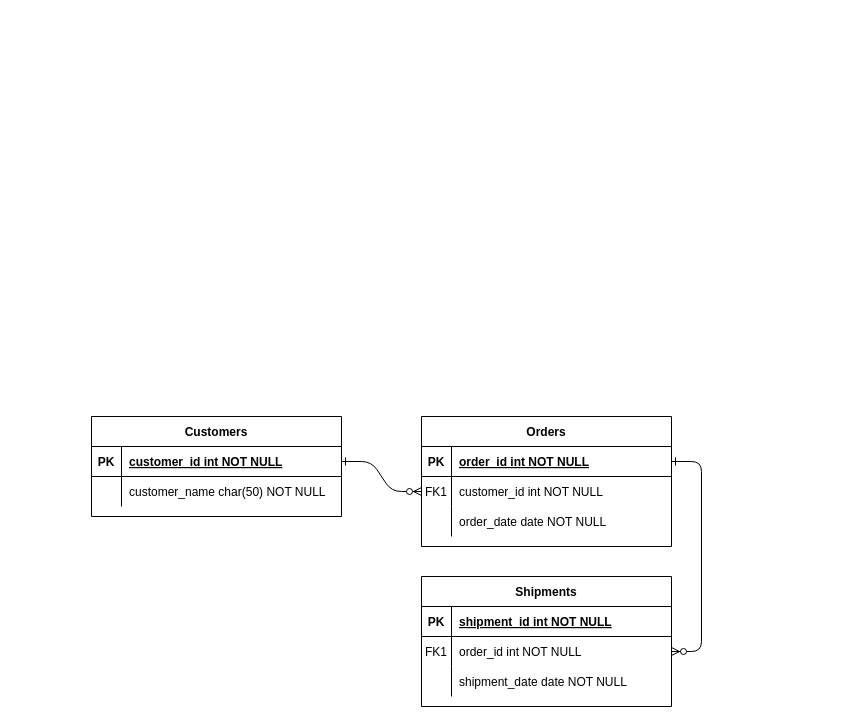
Doton2/spartamarket keeps this draw.io diagram as 제목 없는 다이어그램.drawio. Above is the earlier version. Source tidied: cells renumbered, new cells numbered last; positions are measured from the earlier drawing's top-left corner, leaving out a move shared by most shapes. Both pictures are drawn from the tidied source at 100%, with x=0, y=0 at pixel (91, 416).
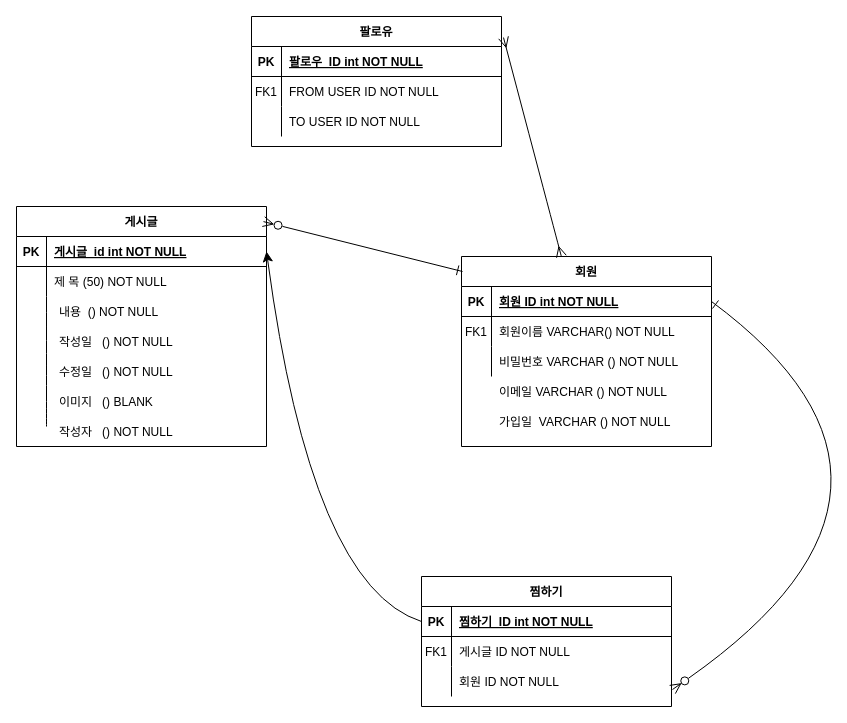
Above is the later version.

Commit message:
ERD SartaMarket

The change refers to these unchanged cells:
```xml
<mxCell id="5" style="shape=partialRectangle;fillColor=none;points=[[0,0.5],[1,0.5]];portConstraint=eastwest;top=0;left=0;right=0;bottom=1;" parent="4" vertex="1">
  <mxGeometry y="30" width="250" height="30" as="geometry" />
</mxCell>
<mxCell id="8" style="shape=partialRectangle;fillColor=none;points=[[0,0.5],[1,0.5]];portConstraint=eastwest;top=0;left=0;right=0;bottom=0;" parent="4" vertex="1">
  <mxGeometry y="60" width="250" height="30" as="geometry" />
</mxCell>
<mxCell id="11" style="shape=partialRectangle;fillColor=none;top=0;left=0;right=0;bottom=0;" parent="4" vertex="1">
  <mxGeometry y="90" width="250" height="30" as="geometry" />
</mxCell>
<mxCell id="25" style="shape=partialRectangle;fillColor=none;points=[[0,0.5],[1,0.5]];portConstraint=eastwest;top=0;left=0;right=0;bottom=1;" parent="24" vertex="1">
  <mxGeometry y="30" width="250" height="30" as="geometry" />
</mxCell>
<mxCell id="28" style="shape=partialRectangle;fillColor=none;top=0;left=0;right=0;bottom=0;" parent="24" vertex="1">
  <mxGeometry y="60" width="250" height="30" as="geometry" />
</mxCell>
```

The edit, as a diff of the source:
```diff
@@
-    <mxCell id="2" style="edgeStyle=entityRelationEdgeStyle;endArrow=ERzeroToMany;startArrow=ERone;endFill=1;startFill=0;" parent="1" edge="1" source="25" target="8">
-      <mxGeometry relative="1" as="geometry" />
-    </mxCell>
-    <mxCell id="3" style="edgeStyle=entityRelationEdgeStyle;endArrow=ERzeroToMany;startArrow=ERone;endFill=1;startFill=0;" parent="1" edge="1" source="5" target="18">
-      <mxGeometry relative="1" as="geometry" />
-    </mxCell>
+    <mxCell id="14" value="찜하기" style="shape=table;startSize=30;childLayout=tableLayout;rowLines=0;fontStyle=1;align=center;" parent="1" vertex="1">
+      <mxGeometry x="330" y="160" width="250" height="130" as="geometry" />
+    </mxCell>
+    <mxCell id="15" style="shape=partialRectangle;fillColor=none;points=[[0,0.5],[1,0.5]];portConstraint=eastwest;top=0;left=0;right=0;bottom=1;" parent="14" vertex="1">
+      <mxGeometry y="30" width="250" height="30" as="geometry" />
+    </mxCell>
+    <mxCell id="16" value="PK" style="shape=partialRectangle;overflow=hidden;fillColor=none;top=0;left=0;bottom=0;right=0;fontStyle=1;" parent="15" vertex="1">
+      <mxGeometry width="30" height="30" as="geometry" />
+    </mxCell>
+    <mxCell id="17" value="찜하기_ID int NOT NULL " style="shape=partialRectangle;overflow=hidden;fillColor=none;top=0;left=0;bottom=0;right=0;align=left;spacingLeft=6;fontStyle=5;" parent="15" vertex="1">
+      <mxGeometry x="30" width="220" height="30" as="geometry" />
+    </mxCell>
+    <mxCell id="18" style="shape=partialRectangle;fillColor=none;points=[[0,0.5],[1,0.5]];portConstraint=eastwest;top=0;left=0;right=0;bottom=0;" parent="14" vertex="1">
+      <mxGeometry y="60" width="250" height="30" as="geometry" />
+    </mxCell>
+    <mxCell id="19" value="FK1" style="shape=partialRectangle;overflow=hidden;fillColor=none;top=0;left=0;bottom=0;right=0;" parent="18" vertex="1">
+      <mxGeometry width="30" height="30" as="geometry" />
+    </mxCell>
+    <mxCell id="20" value="게시글 ID NOT NULL" style="shape=partialRectangle;overflow=hidden;fillColor=none;top=0;left=0;bottom=0;right=0;align=left;spacingLeft=6;" parent="18" vertex="1">
+      <mxGeometry x="30" width="220" height="30" as="geometry" />
+    </mxCell>
+    <mxCell id="21" style="shape=partialRectangle;fillColor=none;points=[[0,0.5],[1,0.5]];portConstraint=eastwest;top=0;left=0;right=0;bottom=0;" parent="14" vertex="1">
+      <mxGeometry y="90" width="250" height="30" as="geometry" />
+    </mxCell>
+    <mxCell id="22" style="shape=partialRectangle;overflow=hidden;fillColor=none;top=0;left=0;bottom=0;right=0;" parent="21" vertex="1">
+      <mxGeometry width="30" height="30" as="geometry" />
+    </mxCell>
+    <mxCell id="23" value="회원 ID NOT NULL" style="shape=partialRectangle;overflow=hidden;fillColor=none;top=0;left=0;bottom=0;right=0;align=left;spacingLeft=6;" parent="21" vertex="1">
+      <mxGeometry x="30" width="220" height="30" as="geometry" />
+    </mxCell>
+    <mxCell id="31" style="shape=partialRectangle;fillColor=none;top=0;left=0;right=0;bottom=0;" parent="1" vertex="1">
+      <mxGeometry x="360" y="-20" width="250" height="30" as="geometry" />
+    </mxCell>
+    <mxCell id="32" style="shape=partialRectangle;overflow=hidden;fillColor=none;top=0;left=0;bottom=0;right=0;" parent="1" vertex="1">
+      <mxGeometry x="360" y="-20" width="30" height="30" as="geometry" />
+    </mxCell>
+    <mxCell id="33" style="group;" parent="1" vertex="1">
+      <mxGeometry x="370" y="-160" width="250" height="190" as="geometry" />
+    </mxCell>
-    <mxCell id="4" value="Orders" style="shape=table;startSize=30;childLayout=tableLayout;rowLines=0;fontStyle=1;align=center;" parent="1" vertex="1">
-      <mxGeometry x="330" width="250" height="130" as="geometry" />
+    <mxCell id="4" value="회원" style="shape=table;startSize=30;childLayout=tableLayout;rowLines=0;fontStyle=1;align=center;" parent="33" vertex="1">
+      <mxGeometry width="250" height="190" as="geometry" />
     </mxCell>
@@
-    <mxCell id="7" value="order_id int NOT NULL " style="shape=partialRectangle;overflow=hidden;fillColor=none;top=0;left=0;bottom=0;right=0;align=left;spacingLeft=6;fontStyle=5;" parent="5" vertex="1">
+    <mxCell id="7" value="회원 ID int NOT NULL " style="shape=partialRectangle;overflow=hidden;fillColor=none;top=0;left=0;bottom=0;right=0;align=left;spacingLeft=6;fontStyle=5;" parent="5" vertex="1">
       <mxGeometry x="30" width="220" height="30" as="geometry" />
     </mxCell>
@@
-    <mxCell id="10" value="customer_id int NOT NULL" style="shape=partialRectangle;overflow=hidden;fillColor=none;top=0;left=0;bottom=0;right=0;align=left;spacingLeft=6;" parent="8" vertex="1">
+    <mxCell id="10" value="회원이름 VARCHAR() NOT NULL    " style="shape=partialRectangle;overflow=hidden;fillColor=none;top=0;left=0;bottom=0;right=0;align=left;spacingLeft=6;" parent="8" vertex="1">
       <mxGeometry x="30" width="220" height="30" as="geometry" />
     </mxCell>
@@
-    <mxCell id="13" value="order_date date NOT NULL" style="shape=partialRectangle;overflow=hidden;fillColor=none;top=0;left=0;bottom=0;right=0;align=left;spacingLeft=6;" parent="11" vertex="1">
+    <mxCell id="13" value="비밀번호 VARCHAR () NOT NULL" style="shape=partialRectangle;overflow=hidden;fillColor=none;top=0;left=0;bottom=0;right=0;align=left;spacingLeft=6;" parent="11" vertex="1">
       <mxGeometry x="30" width="220" height="30" as="geometry" />
     </mxCell>
-    <mxCell id="14" value="Shipments" style="shape=table;startSize=30;childLayout=tableLayout;rowLines=0;fontStyle=1;align=center;" parent="1" vertex="1">
-      <mxGeometry x="330" y="160" width="250" height="130" as="geometry" />
-    </mxCell>
-    <mxCell id="15" style="shape=partialRectangle;fillColor=none;points=[[0,0.5],[1,0.5]];portConstraint=eastwest;top=0;left=0;right=0;bottom=1;" parent="14" vertex="1">
-      <mxGeometry y="30" width="250" height="30" as="geometry" />
-    </mxCell>
-    <mxCell id="16" value="PK" style="shape=partialRectangle;overflow=hidden;fillColor=none;top=0;left=0;bottom=0;right=0;fontStyle=1;" parent="15" vertex="1">
-      <mxGeometry width="30" height="30" as="geometry" />
-    </mxCell>
-    <mxCell id="17" value="shipment_id int NOT NULL " style="shape=partialRectangle;overflow=hidden;fillColor=none;top=0;left=0;bottom=0;right=0;align=left;spacingLeft=6;fontStyle=5;" parent="15" vertex="1">
-      <mxGeometry x="30" width="220" height="30" as="geometry" />
-    </mxCell>
-    <mxCell id="18" style="shape=partialRectangle;fillColor=none;points=[[0,0.5],[1,0.5]];portConstraint=eastwest;top=0;left=0;right=0;bottom=0;" parent="14" vertex="1">
-      <mxGeometry y="60" width="250" height="30" as="geometry" />
-    </mxCell>
-    <mxCell id="19" value="FK1" style="shape=partialRectangle;overflow=hidden;fillColor=none;top=0;left=0;bottom=0;right=0;" parent="18" vertex="1">
-      <mxGeometry width="30" height="30" as="geometry" />
-    </mxCell>
-    <mxCell id="20" value="order_id int NOT NULL" style="shape=partialRectangle;overflow=hidden;fillColor=none;top=0;left=0;bottom=0;right=0;align=left;spacingLeft=6;" parent="18" vertex="1">
-      <mxGeometry x="30" width="220" height="30" as="geometry" />
-    </mxCell>
-    <mxCell id="21" style="shape=partialRectangle;fillColor=none;points=[[0,0.5],[1,0.5]];portConstraint=eastwest;top=0;left=0;right=0;bottom=0;" parent="14" vertex="1">
-      <mxGeometry y="90" width="250" height="30" as="geometry" />
-    </mxCell>
-    <mxCell id="22" style="shape=partialRectangle;overflow=hidden;fillColor=none;top=0;left=0;bottom=0;right=0;" parent="21" vertex="1">
-      <mxGeometry width="30" height="30" as="geometry" />
-    </mxCell>
-    <mxCell id="23" value="shipment_date date NOT NULL" style="shape=partialRectangle;overflow=hidden;fillColor=none;top=0;left=0;bottom=0;right=0;align=left;spacingLeft=6;" parent="21" vertex="1">
-      <mxGeometry x="30" width="220" height="30" as="geometry" />
-    </mxCell>
+    <mxCell id="34" value="이메일 VARCHAR () NOT NULL" style="shape=partialRectangle;overflow=hidden;fillColor=none;top=0;left=0;bottom=0;right=0;align=left;spacingLeft=6;" parent="33" vertex="1">
+      <mxGeometry x="30" y="120" width="220" height="30" as="geometry" />
+    </mxCell>
+    <mxCell id="35" value="가입일  VARCHAR () NOT NULL" style="shape=partialRectangle;overflow=hidden;fillColor=none;top=0;left=0;bottom=0;right=0;align=left;spacingLeft=6;" parent="33" vertex="1">
+      <mxGeometry x="30" y="150" width="220" height="30" as="geometry" />
+    </mxCell>
+    <mxCell id="36" value="팔로유" style="shape=table;startSize=30;childLayout=tableLayout;rowLines=0;fontStyle=1;align=center;" parent="1" vertex="1">
+      <mxGeometry x="160" y="-400" width="250" height="130" as="geometry" />
+    </mxCell>
+    <mxCell id="37" style="shape=partialRectangle;fillColor=none;top=0;left=0;right=0;bottom=1;" parent="36" vertex="1">
+      <mxGeometry y="30" width="250" height="30" as="geometry" />
+    </mxCell>
+    <mxCell id="38" value="PK" style="shape=partialRectangle;overflow=hidden;fillColor=none;top=0;left=0;bottom=0;right=0;fontStyle=1;" parent="37" vertex="1">
+      <mxGeometry width="30" height="30" as="geometry" />
+    </mxCell>
+    <mxCell id="39" value="팔로우_ID int NOT NULL " style="shape=partialRectangle;overflow=hidden;fillColor=none;top=0;left=0;bottom=0;right=0;align=left;spacingLeft=6;fontStyle=5;" parent="37" vertex="1">
+      <mxGeometry x="30" width="220" height="30" as="geometry" />
+    </mxCell>
+    <mxCell id="40" style="shape=partialRectangle;fillColor=none;top=0;left=0;right=0;bottom=0;" parent="36" vertex="1">
+      <mxGeometry y="60" width="250" height="30" as="geometry" />
+    </mxCell>
+    <mxCell id="41" value="FK1" style="shape=partialRectangle;overflow=hidden;fillColor=none;top=0;left=0;bottom=0;right=0;" parent="40" vertex="1">
+      <mxGeometry width="30" height="30" as="geometry" />
+    </mxCell>
+    <mxCell id="42" value="FROM USER ID NOT NULL" style="shape=partialRectangle;overflow=hidden;fillColor=none;top=0;left=0;bottom=0;right=0;align=left;spacingLeft=6;" parent="40" vertex="1">
+      <mxGeometry x="30" width="220" height="30" as="geometry" />
+    </mxCell>
+    <mxCell id="43" style="shape=partialRectangle;fillColor=none;top=0;left=0;right=0;bottom=0;" parent="36" vertex="1">
+      <mxGeometry y="90" width="250" height="30" as="geometry" />
+    </mxCell>
+    <mxCell id="44" style="shape=partialRectangle;overflow=hidden;fillColor=none;top=0;left=0;bottom=0;right=0;" parent="43" vertex="1">
+      <mxGeometry width="30" height="30" as="geometry" />
+    </mxCell>
+    <mxCell id="45" value="TO USER ID NOT NULL" style="shape=partialRectangle;overflow=hidden;fillColor=none;top=0;left=0;bottom=0;right=0;align=left;spacingLeft=6;" parent="43" vertex="1">
+      <mxGeometry x="30" width="220" height="30" as="geometry" />
+    </mxCell>
+    <mxCell id="46" style="group;" parent="1" vertex="1">
+      <mxGeometry x="-70" y="-210" width="250" height="240" as="geometry" />
+    </mxCell>
+    <mxCell id="47" style="shape=partialRectangle;fillColor=none;top=0;left=0;right=0;bottom=0;" parent="46" vertex="1">
+      <mxGeometry y="90" width="250" height="30" as="geometry" />
+    </mxCell>
+    <mxCell id="48" style="shape=partialRectangle;overflow=hidden;fillColor=none;top=0;left=0;bottom=0;right=0;" parent="47" vertex="1">
+      <mxGeometry width="30" height="30" as="geometry" />
+    </mxCell>
+    <mxCell id="49" value="내용  () NOT NULL" style="shape=partialRectangle;overflow=hidden;fillColor=none;top=0;left=0;bottom=0;right=0;align=left;spacingLeft=6;" parent="47" vertex="1">
+      <mxGeometry x="30" width="220" height="30" as="geometry" />
+    </mxCell>
+    <mxCell id="50" style="shape=partialRectangle;fillColor=none;top=0;left=0;right=0;bottom=0;" parent="46" vertex="1">
+      <mxGeometry y="120" width="250" height="30" as="geometry" />
+    </mxCell>
+    <mxCell id="51" style="shape=partialRectangle;overflow=hidden;fillColor=none;top=0;left=0;bottom=0;right=0;" parent="50" vertex="1">
+      <mxGeometry width="30" height="30" as="geometry" />
+    </mxCell>
+    <mxCell id="52" value="작성일   () NOT NULL" style="shape=partialRectangle;overflow=hidden;fillColor=none;top=0;left=0;bottom=0;right=0;align=left;spacingLeft=6;" parent="50" vertex="1">
+      <mxGeometry x="30" width="220" height="30" as="geometry" />
+    </mxCell>
+    <mxCell id="53" style="shape=partialRectangle;fillColor=none;top=0;left=0;right=0;bottom=0;" parent="46" vertex="1">
+      <mxGeometry y="150" width="250" height="30" as="geometry" />
+    </mxCell>
+    <mxCell id="54" style="shape=partialRectangle;overflow=hidden;fillColor=none;top=0;left=0;bottom=0;right=0;" parent="53" vertex="1">
+      <mxGeometry width="30" height="30" as="geometry" />
+    </mxCell>
+    <mxCell id="55" value="수정일   () NOT NULL" style="shape=partialRectangle;overflow=hidden;fillColor=none;top=0;left=0;bottom=0;right=0;align=left;spacingLeft=6;" parent="53" vertex="1">
+      <mxGeometry x="30" width="220" height="30" as="geometry" />
+    </mxCell>
+    <mxCell id="56" style="shape=partialRectangle;fillColor=none;top=0;left=0;right=0;bottom=0;" parent="46" vertex="1">
+      <mxGeometry y="180" width="250" height="30" as="geometry" />
+    </mxCell>
+    <mxCell id="57" style="shape=partialRectangle;overflow=hidden;fillColor=none;top=0;left=0;bottom=0;right=0;" parent="56" vertex="1">
+      <mxGeometry width="30" height="30" as="geometry" />
+    </mxCell>
+    <mxCell id="58" value="이미지   () BLANK" style="shape=partialRectangle;overflow=hidden;fillColor=none;top=0;left=0;bottom=0;right=0;align=left;spacingLeft=6;" parent="56" vertex="1">
+      <mxGeometry x="30" width="220" height="30" as="geometry" />
+    </mxCell>
+    <mxCell id="59" style="shape=partialRectangle;fillColor=none;top=0;left=0;right=0;bottom=0;" parent="46" vertex="1">
+      <mxGeometry y="210" width="250" height="30" as="geometry" />
+    </mxCell>
+    <mxCell id="60" style="shape=partialRectangle;overflow=hidden;fillColor=none;top=0;left=0;bottom=0;right=0;" parent="59" vertex="1">
+      <mxGeometry width="30" height="30" as="geometry" />
+    </mxCell>
+    <mxCell id="61" value="작성자   () NOT NULL" style="shape=partialRectangle;overflow=hidden;fillColor=none;top=0;left=0;bottom=0;right=0;align=left;spacingLeft=6;" parent="59" vertex="1">
+      <mxGeometry x="30" width="220" height="30" as="geometry" />
+    </mxCell>
+    <mxCell id="62" style="group;" parent="46" vertex="1">
+      <mxGeometry x="-5" width="250" height="240" as="geometry" />
+    </mxCell>
-    <mxCell id="24" value="Customers" style="shape=table;startSize=30;childLayout=tableLayout;rowLines=0;fontStyle=1;align=center;" parent="1" vertex="1">
-      <mxGeometry width="250" height="100" as="geometry" />
+    <mxCell id="24" value="게시글" style="shape=table;startSize=30;childLayout=tableLayout;rowLines=0;fontStyle=1;align=center;" parent="62" vertex="1">
+      <mxGeometry width="250" height="240" as="geometry" />
     </mxCell>
@@
-    <mxCell id="27" value="customer_id int NOT NULL " style="shape=partialRectangle;overflow=hidden;fillColor=none;top=0;left=0;bottom=0;right=0;align=left;spacingLeft=6;fontStyle=5;" parent="25" vertex="1">
+    <mxCell id="27" value="게시글_id int NOT NULL " style="shape=partialRectangle;overflow=hidden;fillColor=none;top=0;left=0;bottom=0;right=0;align=left;spacingLeft=6;fontStyle=5;" parent="25" vertex="1">
       <mxGeometry x="30" width="220" height="30" as="geometry" />
     </mxCell>
@@
-    <mxCell id="30" value="customer_name char(50) NOT NULL" style="shape=partialRectangle;overflow=hidden;fillColor=none;top=0;left=0;bottom=0;right=0;align=left;spacingLeft=6;" parent="28" vertex="1">
+    <mxCell id="30" value="제 목 (50) NOT NULL" style="shape=partialRectangle;overflow=hidden;fillColor=none;top=0;left=0;bottom=0;right=0;align=left;spacingLeft=6;" parent="28" vertex="1">
       <mxGeometry x="30" width="220" height="30" as="geometry" />
     </mxCell>
+    <mxCell id="63" style="endArrow=none;html=1;rounded=0;fontFamily=Helvetica;fontSize=12;fontColor=default;fontStyle=1;startSize=8;endSize=8;curved=1;" parent="62" edge="1">
+      <mxGeometry relative="1" as="geometry">
+        <mxPoint x="30" y="220" as="sourcePoint" />
+        <mxPoint x="30" y="90" as="targetPoint" />
+      </mxGeometry>
+    </mxCell>
+    <mxCell id="64" style="rounded=0;jettySize=auto;html=1;fontFamily=Helvetica;fontSize=12;fontColor=default;fontStyle=1;startSize=8;endSize=8;exitX=0.004;exitY=0.079;exitDx=0;exitDy=0;startArrow=ERone;startFill=0;endArrow=ERzeroToMany;endFill=0;entryX=0.988;entryY=0.063;entryDx=0;entryDy=0;entryPerimeter=0;exitPerimeter=0;" parent="1" edge="1" source="4" target="24">
+      <mxGeometry relative="1" as="geometry" />
+    </mxCell>
+    <mxCell id="65" style="edgeStyle=none;curved=1;rounded=0;jettySize=auto;html=1;entryX=1.008;entryY=0.162;entryDx=0;entryDy=0;entryPerimeter=0;strokeColor=default;align=center;verticalAlign=middle;fontFamily=Helvetica;fontSize=12;fontColor=default;fontStyle=1;labelBackgroundColor=default;startSize=8;endArrow=ERmany;endSize=8;startArrow=ERmany;startFill=0;endFill=0;" parent="1" edge="1" source="4" target="36">
+      <mxGeometry relative="1" as="geometry" />
+    </mxCell>
+    <mxCell id="66" style="edgeStyle=none;curved=1;rounded=0;jettySize=auto;html=1;entryX=1;entryY=0.5;entryDx=0;entryDy=0;strokeColor=default;align=center;verticalAlign=middle;fontFamily=Helvetica;fontSize=12;fontColor=default;fontStyle=1;labelBackgroundColor=default;startSize=8;endArrow=classic;endSize=8;exitX=0;exitY=0.5;exitDx=0;exitDy=0;" parent="1" edge="1" source="15" target="25">
+      <mxGeometry relative="1" as="geometry">
+        <Array as="points">
+          <mxPoint x="220" y="170" />
+        </Array>
+      </mxGeometry>
+    </mxCell>
+    <mxCell id="67" style="edgeStyle=none;curved=1;rounded=0;jettySize=auto;html=1;strokeColor=default;align=center;verticalAlign=middle;fontFamily=Helvetica;fontSize=12;fontColor=default;fontStyle=1;labelBackgroundColor=default;startSize=8;endArrow=ERzeroToMany;endSize=8;exitX=1;exitY=0.5;exitDx=0;exitDy=0;entryX=1.004;entryY=0.767;entryDx=0;entryDy=0;entryPerimeter=0;endFill=0;startArrow=ERone;startFill=0;" parent="1" edge="1" source="5" target="21">
+      <mxGeometry relative="1" as="geometry">
+        <Array as="points">
+          <mxPoint x="870" y="70" />
+        </Array>
+      </mxGeometry>
+    </mxCell>
```
